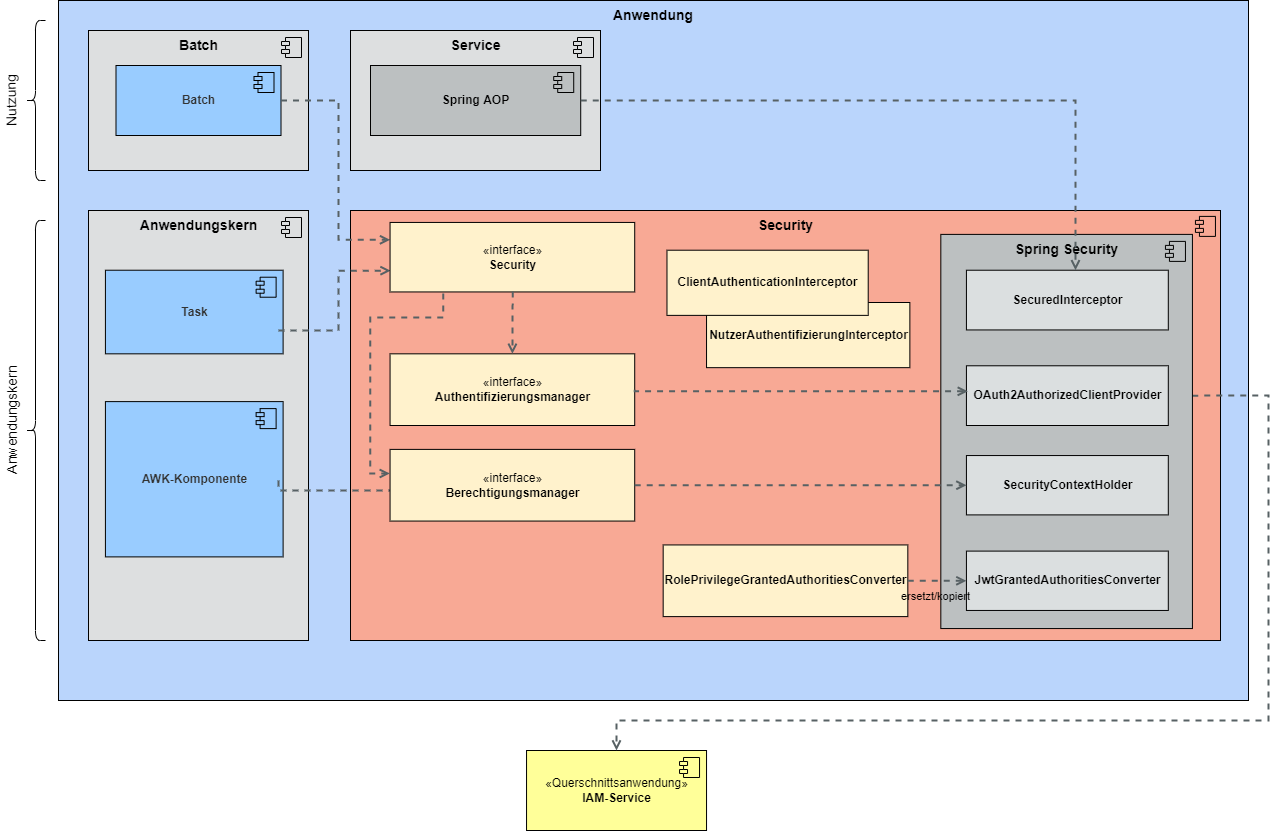
Before: isyfact-standards-doku/latest/isy-security/_images/konzept/software-architektur-berechtigungspruefung.png, a diagram exported from draw.io (IsyFact/isyfact.github.io). Source tidied: cells renumbered, new cells last; positions are measured from the earlier drawing's top-left corner, leaving out a move shared by most shapes.
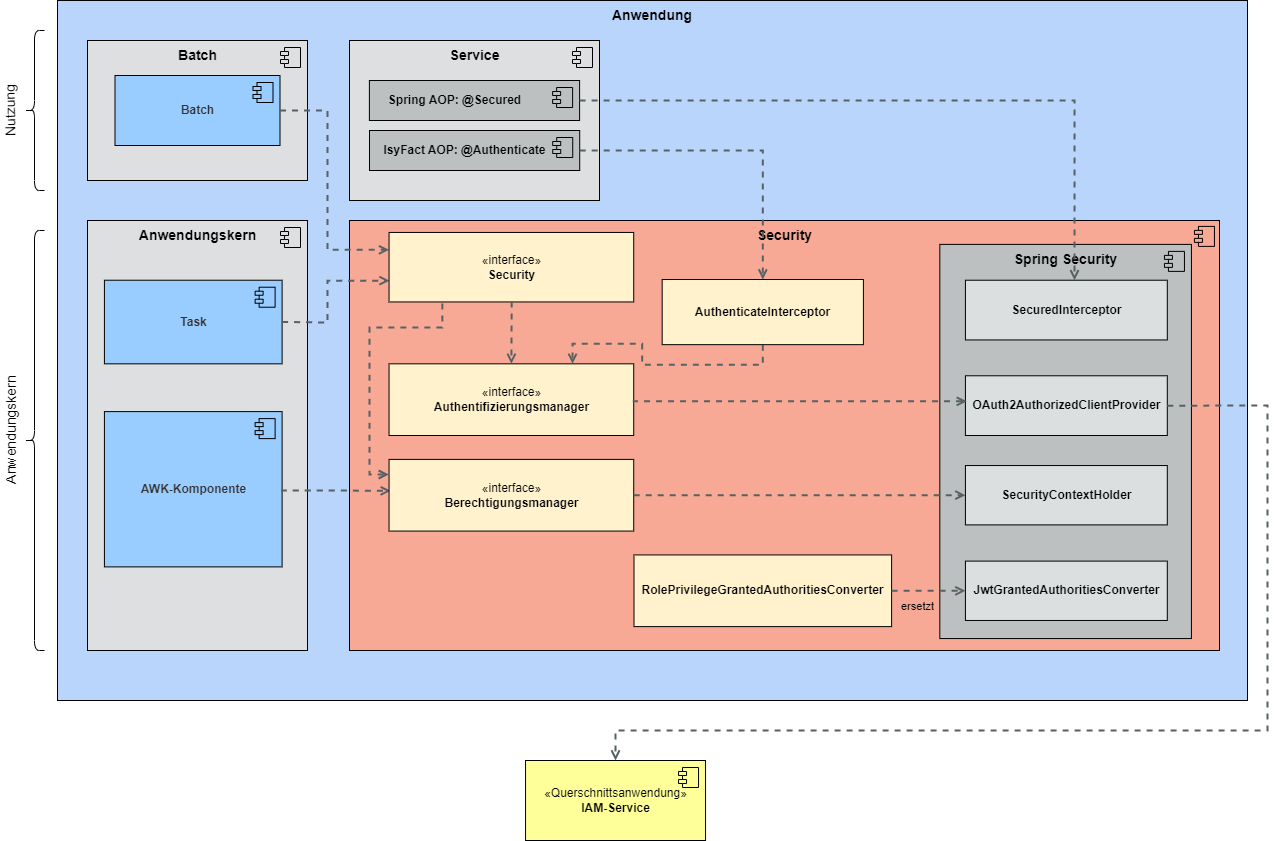
Later version of the same file.

Diff of the diagram source:
```diff
@@ -3,24 +3,32 @@
     <mxCell id="0" />
     <mxCell id="1" parent="0" />
     <mxCell id="2" value="Anwendung" style="rounded=0;whiteSpace=wrap;html=1;fontSize=14;fontStyle=1;verticalAlign=top;fillColor=#BAD5FC;strokeColor=#000000;" parent="1" vertex="1">
-      <mxGeometry x="107" width="1190" height="700" as="geometry" />
+      <mxGeometry x="107" y="-10" width="1190" height="700" as="geometry" />
     </mxCell>
     <mxCell id="3" value="Service" style="html=1;fillColor=#DDDFE0;verticalAlign=top;fontStyle=1;fontSize=14;align=center;" parent="1" vertex="1">
-      <mxGeometry x="399" y="30" width="250" height="140" as="geometry" />
+      <mxGeometry x="399" y="30" width="250" height="160" as="geometry" />
     </mxCell>
     <mxCell id="4" style="shape=component;jettyWidth=8;jettyHeight=4;fillColor=none;" parent="3" vertex="1">
       <mxGeometry x="1" width="20" height="20" relative="1" as="geometry">
         <mxPoint x="-27" y="7" as="offset" />
       </mxGeometry>
     </mxCell>
-    <mxCell id="5" value="Spring AOP" style="html=1;fillColor=#BCC0C1;verticalAlign=middle;fontStyle=1;fontSize=12;strokeColor=default;align=center;" parent="3" vertex="1">
-      <mxGeometry x="20" y="35" width="210.2" height="70" as="geometry" />
+    <mxCell id="5" value="Spring AOP: @Secured&amp;nbsp; &amp;nbsp; &amp;nbsp; &amp;nbsp; &amp;nbsp; &amp;nbsp;&amp;nbsp;" style="html=1;fillColor=#BCC0C1;verticalAlign=middle;fontStyle=1;fontSize=12;strokeColor=default;align=center;" parent="3" vertex="1">
+      <mxGeometry x="19.9" y="40" width="210.2" height="40" as="geometry" />
     </mxCell>
     <mxCell id="6" style="shape=component;jettyWidth=8;jettyHeight=4;fillColor=none;strokeColor=#000000;fontColor=#333333;" parent="5" vertex="1">
       <mxGeometry x="1" width="20" height="20" relative="1" as="geometry">
         <mxPoint x="-27" y="7" as="offset" />
       </mxGeometry>
     </mxCell>
+    <mxCell id="48" value="IsyFact AOP: @Authenticate&amp;nbsp; &amp;nbsp; &amp;nbsp;&amp;nbsp;" style="html=1;fillColor=#BCC0C1;verticalAlign=middle;fontStyle=1;fontSize=12;strokeColor=default;align=center;" parent="3" vertex="1">
+      <mxGeometry x="20" y="90" width="210.2" height="40" as="geometry" />
+    </mxCell>
+    <mxCell id="49" style="shape=component;jettyWidth=8;jettyHeight=4;fillColor=none;strokeColor=#000000;fontColor=#333333;" parent="48" vertex="1">
+      <mxGeometry x="1" width="20" height="20" relative="1" as="geometry">
+        <mxPoint x="-27" y="7" as="offset" />
+      </mxGeometry>
+    </mxCell>
     <mxCell id="7" value="Batch" style="html=1;fillColor=#DDDFE0;verticalAlign=top;fontStyle=1;fontSize=14;" parent="1" vertex="1">
       <mxGeometry x="137" y="30" width="220" height="140" as="geometry" />
     </mxCell>
@@ -84,44 +92,31 @@
         <mxPoint x="-27" y="7" as="offset" />
       </mxGeometry>
     </mxCell>
-    <mxCell id="24" style="edgeStyle=orthogonalEdgeStyle;rounded=0;jettySize=auto;html=1;endArrow=open;strokeColor=#576164;strokeWidth=2;dashed=1;endFill=0;exitX=1;exitY=0.5;exitDx=0;exitDy=0;entryX=0;entryY=0.25;entryDx=0;entryDy=0;" parent="1" edge="1" source="9" target="42">
+    <mxCell id="24" style="edgeStyle=orthogonalEdgeStyle;rounded=0;jettySize=auto;html=1;endArrow=open;strokeColor=#576164;strokeWidth=2;dashed=1;endFill=0;entryX=0;entryY=0.25;entryDx=0;entryDy=0;exitX=1;exitY=0.5;exitDx=0;exitDy=0;" parent="1" edge="1" source="9" target="42">
       <mxGeometry relative="1" as="geometry">
         <Array as="points">
-          <mxPoint x="387" y="170" />
-          <mxPoint x="387" y="240" />
-          <mxPoint x="464" y="240" />
+          <mxPoint x="377" y="100" />
+          <mxPoint x="377" y="239" />
         </Array>
       </mxGeometry>
     </mxCell>
-    <mxCell id="25" style="edgeStyle=orthogonalEdgeStyle;rounded=0;jettySize=auto;html=1;endArrow=open;strokeColor=#576164;strokeWidth=2;dashed=1;endFill=0;entryX=0.002;entryY=0.694;entryDx=0;entryDy=0;entryPerimeter=0;" parent="1" edge="1" target="42">
+    <mxCell id="25" style="edgeStyle=orthogonalEdgeStyle;rounded=0;jettySize=auto;html=1;endArrow=open;strokeColor=#576164;strokeWidth=2;dashed=1;endFill=0;entryX=0.002;entryY=0.694;entryDx=0;entryDy=0;entryPerimeter=0;exitX=1;exitY=0.5;exitDx=0;exitDy=0;" parent="1" edge="1" source="16" target="42">
       <mxGeometry relative="1" as="geometry">
-        <mxPoint x="327" y="330" as="sourcePoint" />
         <Array as="points">
-          <mxPoint x="327" y="330" />
-          <mxPoint x="387" y="330" />
-          <mxPoint x="387" y="270" />
+          <mxPoint x="337" y="311" />
+          <mxPoint x="377" y="312" />
+          <mxPoint x="377" y="270" />
         </Array>
       </mxGeometry>
     </mxCell>
-    <mxCell id="26" style="edgeStyle=orthogonalEdgeStyle;rounded=0;orthogonalLoop=1;jettySize=auto;html=1;endArrow=open;strokeColor=#576164;strokeWidth=2;dashed=1;endFill=0;" parent="1" edge="1">
+    <mxCell id="26" style="edgeStyle=orthogonalEdgeStyle;rounded=0;jettySize=auto;html=1;endArrow=open;strokeColor=#576164;strokeWidth=2;dashed=1;endFill=0;exitX=1;exitY=0.5;exitDx=0;exitDy=0;entryX=0.007;entryY=0.439;entryDx=0;entryDy=0;entryPerimeter=0;" parent="1" edge="1" source="14" target="30">
       <mxGeometry relative="1" as="geometry">
-        <mxPoint x="327" y="480" as="sourcePoint" />
-        <mxPoint x="457" y="490" as="targetPoint" />
         <Array as="points">
-          <mxPoint x="327" y="490" />
-          <mxPoint x="457" y="490" />
+          <mxPoint x="332" y="480" />
+          <mxPoint x="385" y="480" />
         </Array>
       </mxGeometry>
     </mxCell>
-    <mxCell id="27" style="edgeStyle=orthogonalEdgeStyle;rounded=0;jettySize=auto;html=1;dashed=1;fontFamily=Helvetica;fontColor=#000000;endArrow=open;endFill=0;strokeColor=#576164;strokeWidth=2;exitX=1;exitY=0.5;exitDx=0;exitDy=0;entryX=0.5;entryY=0;entryDx=0;entryDy=0;" parent="1" edge="1" source="37" target="22">
-      <mxGeometry relative="1" as="geometry">
-        <Array as="points">
-          <mxPoint x="1317" y="395" />
-          <mxPoint x="1317" y="720" />
-          <mxPoint x="665" y="720" />
-        </Array>
-      </mxGeometry>
-    </mxCell>
     <mxCell id="28" style="shape=component;jettyWidth=8;jettyHeight=4;fillColor=none;" parent="1" vertex="1">
       <mxGeometry x="1243.9" y="215.9" width="20" height="20" as="geometry">
         <mxPoint x="-27" y="7" as="offset" />
@@ -134,7 +129,7 @@
       <mxGeometry x="438.6" y="448.9" width="244.7" height="71.7" as="geometry" />
     </mxCell>
     <mxCell id="31" value="&lt;b&gt;RolePrivilegeGrantedAuthoritiesConverter&lt;/b&gt;" style="html=1;strokeColor=#000000;fillColor=#fff2cc;" parent="1" vertex="1">
-      <mxGeometry x="711.7" y="544.4" width="244.7" height="71.7" as="geometry" />
+      <mxGeometry x="683.5" y="544.4" width="257.6" height="71.7" as="geometry" />
     </mxCell>
     <mxCell id="32" value="Spring Security" style="html=1;fillColor=#BCC0C1;verticalAlign=top;fontStyle=1;fontSize=14;strokeColor=#000000;" parent="1" vertex="1">
       <mxGeometry x="989.3" y="233.9" width="251.6" height="394.2" as="geometry" />
@@ -162,14 +157,11 @@
     <mxCell id="39" style="edgeStyle=orthogonalEdgeStyle;rounded=0;jettySize=auto;html=1;dashed=1;fontFamily=Helvetica;fontColor=#000000;endArrow=open;endFill=0;strokeColor=#576164;strokeWidth=2;entryX=0;entryY=0.5;entryDx=0;entryDy=0;" parent="1" edge="1" source="31" target="36">
       <mxGeometry relative="1" as="geometry" />
     </mxCell>
-    <mxCell id="40" value="ersetzt/kopiert" style="edgeLabel;html=1;align=center;verticalAlign=middle;fontFamily=Helvetica;fontColor=#000000;labelBackgroundColor=none;" parent="39" vertex="1">
+    <mxCell id="40" value="ersetzt" style="edgeLabel;html=1;align=center;verticalAlign=middle;fontFamily=Helvetica;fontColor=#000000;labelBackgroundColor=none;" parent="39" vertex="1">
       <mxGeometry x="-0.01" relative="1" as="geometry">
-        <mxPoint x="-2" y="15" as="offset" />
+        <mxPoint x="-11" y="15" as="offset" />
       </mxGeometry>
     </mxCell>
-    <mxCell id="41" value="&lt;b&gt;NutzerAuthentifizierungInterceptor&lt;/b&gt;" style="html=1;strokeColor=#000000;fillColor=#fff2cc;" parent="1" vertex="1">
-      <mxGeometry x="755" y="302" width="203.3" height="65.2" as="geometry" />
-    </mxCell>
     <mxCell id="42" value="«interface»&lt;br&gt;&lt;b&gt;Security&lt;/b&gt;" style="html=1;strokeColor=#000000;fillColor=#fff2cc;" parent="1" vertex="1">
       <mxGeometry x="438.6" y="221.9" width="244.7" height="69.5" as="geometry" />
     </mxCell>
@@ -182,13 +174,14 @@
         </Array>
       </mxGeometry>
     </mxCell>
-    <mxCell id="44" style="edgeStyle=orthogonalEdgeStyle;rounded=0;jettySize=auto;html=1;endArrow=open;strokeColor=#576164;strokeWidth=2;dashed=1;endFill=0;entryX=-0.001;entryY=0.336;entryDx=0;entryDy=0;entryPerimeter=0;" parent="1" edge="1" target="30">
+    <mxCell id="44" style="edgeStyle=orthogonalEdgeStyle;rounded=0;jettySize=auto;html=1;endArrow=open;strokeColor=#576164;strokeWidth=2;dashed=1;endFill=0;entryX=-0.001;entryY=0.207;entryDx=0;entryDy=0;entryPerimeter=0;" parent="1" edge="1" target="30">
       <mxGeometry relative="1" as="geometry">
         <mxPoint x="491.8" y="293" as="sourcePoint" />
         <Array as="points">
           <mxPoint x="492" y="317" />
-          <mxPoint x="418.8" y="317" />
-          <mxPoint x="418.8" y="473" />
+          <mxPoint x="419" y="317" />
+          <mxPoint x="419" y="464" />
+          <mxPoint x="438" y="464" />
         </Array>
       </mxGeometry>
     </mxCell>
@@ -199,15 +192,30 @@
         </Array>
       </mxGeometry>
     </mxCell>
+    <mxCell id="50" style="edgeStyle=orthogonalEdgeStyle;rounded=0;jettySize=auto;html=1;entryX=0.75;entryY=0;entryDx=0;entryDy=0;exitX=0.5;exitY=1;exitDx=0;exitDy=0;dashed=1;endArrow=open;strokeColor=#576164;endFill=0;strokeWidth=2;" parent="1" edge="1" source="46" target="29">
+      <mxGeometry relative="1" as="geometry" />
+    </mxCell>
-    <mxCell id="46" value="&lt;b&gt;ClientAuthenticationInterceptor&lt;/b&gt;" style="html=1;strokeColor=#000000;fillColor=#fff2cc;" parent="1" vertex="1">
-      <mxGeometry x="715.5" y="249.7" width="201.2" height="65.2" as="geometry" />
+    <mxCell id="46" value="&lt;b&gt;AuthenticateInterceptor&lt;/b&gt;" style="html=1;strokeColor=#000000;fillColor=#fff2cc;" parent="1" vertex="1">
+      <mxGeometry x="711.7" y="269" width="201.2" height="65.2" as="geometry" />
     </mxCell>
     <mxCell id="47" style="edgeStyle=orthogonalEdgeStyle;rounded=0;jettySize=auto;html=1;endArrow=open;strokeColor=#576164;strokeWidth=2;dashed=1;endFill=0;exitX=1;exitY=0.5;exitDx=0;exitDy=0;" parent="1" edge="1" source="5" target="34">
       <mxGeometry relative="1" as="geometry">
         <Array as="points">
-          <mxPoint x="1124" y="100" />
+          <mxPoint x="1124" y="90" />
         </Array>
       </mxGeometry>
     </mxCell>
+    <mxCell id="51" style="edgeStyle=orthogonalEdgeStyle;rounded=0;jettySize=auto;html=1;endArrow=open;strokeColor=#576164;strokeWidth=2;dashed=1;endFill=0;entryX=0.5;entryY=0;entryDx=0;entryDy=0;" parent="1" edge="1" source="48" target="46">
+      <mxGeometry relative="1" as="geometry" />
+    </mxCell>
+    <mxCell id="27" style="edgeStyle=orthogonalEdgeStyle;rounded=0;jettySize=auto;html=1;dashed=1;fontFamily=Helvetica;fontColor=#000000;endArrow=open;endFill=0;strokeColor=#576164;strokeWidth=2;exitX=1;exitY=0.5;exitDx=0;exitDy=0;entryX=0.5;entryY=0;entryDx=0;entryDy=0;" parent="1" edge="1" source="37" target="22">
+      <mxGeometry relative="1" as="geometry">
+        <Array as="points">
+          <mxPoint x="1317" y="395" />
+          <mxPoint x="1317" y="720" />
+          <mxPoint x="665" y="720" />
+        </Array>
+      </mxGeometry>
+    </mxCell>
   </root>
 </mxGraphModel>
```
